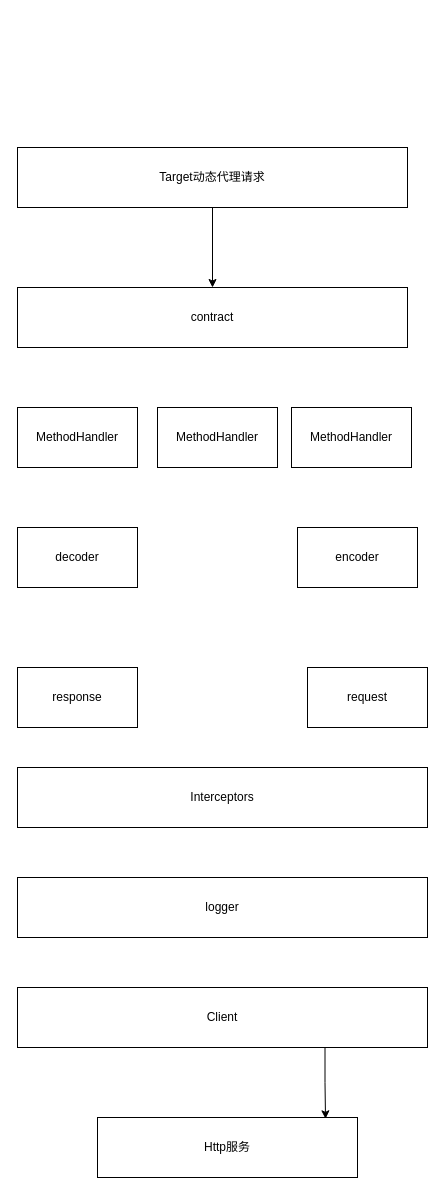
Earlier version of the draw.io diagram Feign源码分析.drawio (linbingxing/mind). Source tidied: cells renumbered, new cells numbered last; positions are measured from the earlier drawing's top-left corner, leaving out a move shared by most shapes. Both pictures are drawn from the tidied source at 100%, with x=0, y=0 at pixel (17, 147).
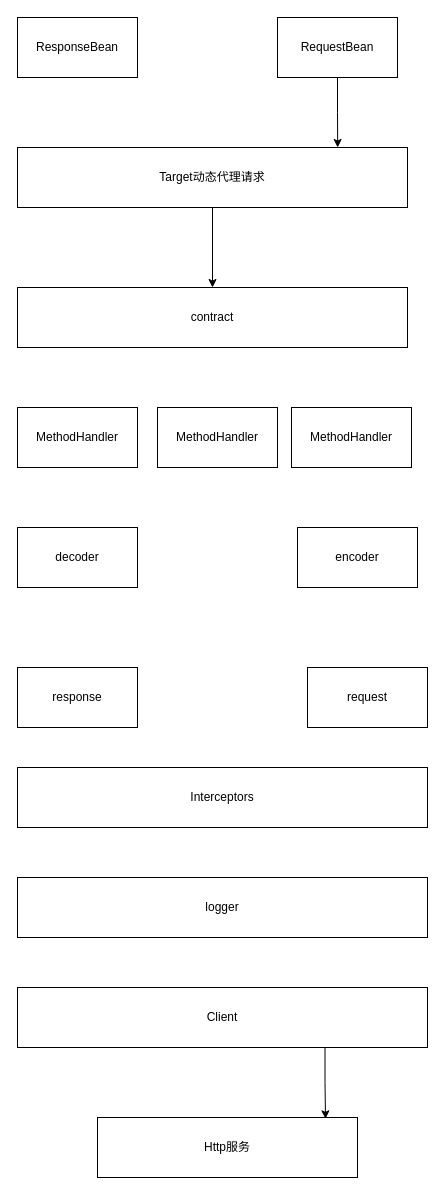
After the change.

Commit message (it also covers changes not shown here):
更新Feign源码分析.drawio

Change to the diagram source:
```diff
@@
 <mxGraphModel>
   <root>
     <mxCell id="0" />
     <mxCell id="1" parent="0" />
     <mxCell id="2" style="edgeStyle=orthogonalEdgeStyle;rounded=0;jettySize=auto;html=1;" parent="1" edge="1" source="3" target="4">
       <mxGeometry relative="1" as="geometry" />
     </mxCell>
     <mxCell id="3" value="Target动态代理请求" style="rounded=0;whiteSpace=wrap;html=1;" parent="1" vertex="1">
       <mxGeometry width="390" height="60" as="geometry" />
     </mxCell>
     <mxCell id="4" value="contract" style="whiteSpace=wrap;html=1;rounded=0;" parent="1" vertex="1">
       <mxGeometry y="140" width="390" height="60" as="geometry" />
     </mxCell>
     <mxCell id="5" value="MethodHandler" style="rounded=0;whiteSpace=wrap;html=1;" parent="1" vertex="1">
       <mxGeometry y="260" width="120" height="60" as="geometry" />
     </mxCell>
     <mxCell id="6" value="&lt;span&gt;MethodHandler&lt;/span&gt;" style="rounded=0;whiteSpace=wrap;html=1;" parent="1" vertex="1">
       <mxGeometry x="140" y="260" width="120" height="60" as="geometry" />
     </mxCell>
     <mxCell id="7" value="MethodHandler" style="rounded=0;whiteSpace=wrap;html=1;" parent="1" vertex="1">
       <mxGeometry x="274" y="260" width="120" height="60" as="geometry" />
     </mxCell>
     <mxCell id="8" value="decoder" style="rounded=0;whiteSpace=wrap;html=1;" parent="1" vertex="1">
       <mxGeometry y="380" width="120" height="60" as="geometry" />
     </mxCell>
     <mxCell id="9" value="encoder" style="rounded=0;whiteSpace=wrap;html=1;" parent="1" vertex="1">
       <mxGeometry x="280" y="380" width="120" height="60" as="geometry" />
     </mxCell>
     <mxCell id="10" value="response" style="rounded=0;whiteSpace=wrap;html=1;" parent="1" vertex="1">
       <mxGeometry y="520" width="120" height="60" as="geometry" />
     </mxCell>
     <mxCell id="11" value="request" style="rounded=0;whiteSpace=wrap;html=1;" parent="1" vertex="1">
       <mxGeometry x="290" y="520" width="120" height="60" as="geometry" />
     </mxCell>
     <mxCell id="12" value="Interceptors" style="rounded=0;whiteSpace=wrap;html=1;" parent="1" vertex="1">
       <mxGeometry y="620" width="410" height="60" as="geometry" />
     </mxCell>
     <mxCell id="13" value="logger" style="rounded=0;whiteSpace=wrap;html=1;" parent="1" vertex="1">
       <mxGeometry y="730" width="410" height="60" as="geometry" />
     </mxCell>
     <mxCell id="14" style="edgeStyle=orthogonalEdgeStyle;rounded=0;jettySize=auto;html=1;exitX=0.75;exitY=1;exitDx=0;exitDy=0;entryX=0.877;entryY=0.022;entryDx=0;entryDy=0;entryPerimeter=0;" parent="1" edge="1" source="15" target="16">
       <mxGeometry relative="1" as="geometry" />
     </mxCell>
     <mxCell id="15" value="Client" style="rounded=0;whiteSpace=wrap;html=1;" parent="1" vertex="1">
       <mxGeometry y="840" width="410" height="60" as="geometry" />
     </mxCell>
     <mxCell id="16" value="Http服务" style="rounded=0;whiteSpace=wrap;html=1;" parent="1" vertex="1">
       <mxGeometry x="80" y="970" width="260" height="60" as="geometry" />
     </mxCell>
+    <mxCell id="17" style="edgeStyle=orthogonalEdgeStyle;rounded=0;jettySize=auto;html=1;entryX=0.821;entryY=0;entryDx=0;entryDy=0;entryPerimeter=0;" parent="1" edge="1" source="18" target="3">
+      <mxGeometry relative="1" as="geometry" />
+    </mxCell>
+    <mxCell id="18" value="RequestBean" style="rounded=0;whiteSpace=wrap;html=1;" parent="1" vertex="1">
+      <mxGeometry x="260" y="-130" width="120" height="60" as="geometry" />
+    </mxCell>
+    <mxCell id="19" value="ResponseBean" style="rounded=0;whiteSpace=wrap;html=1;" parent="1" vertex="1">
+      <mxGeometry y="-130" width="120" height="60" as="geometry" />
+    </mxCell>
   </root>
 </mxGraphModel>
```
